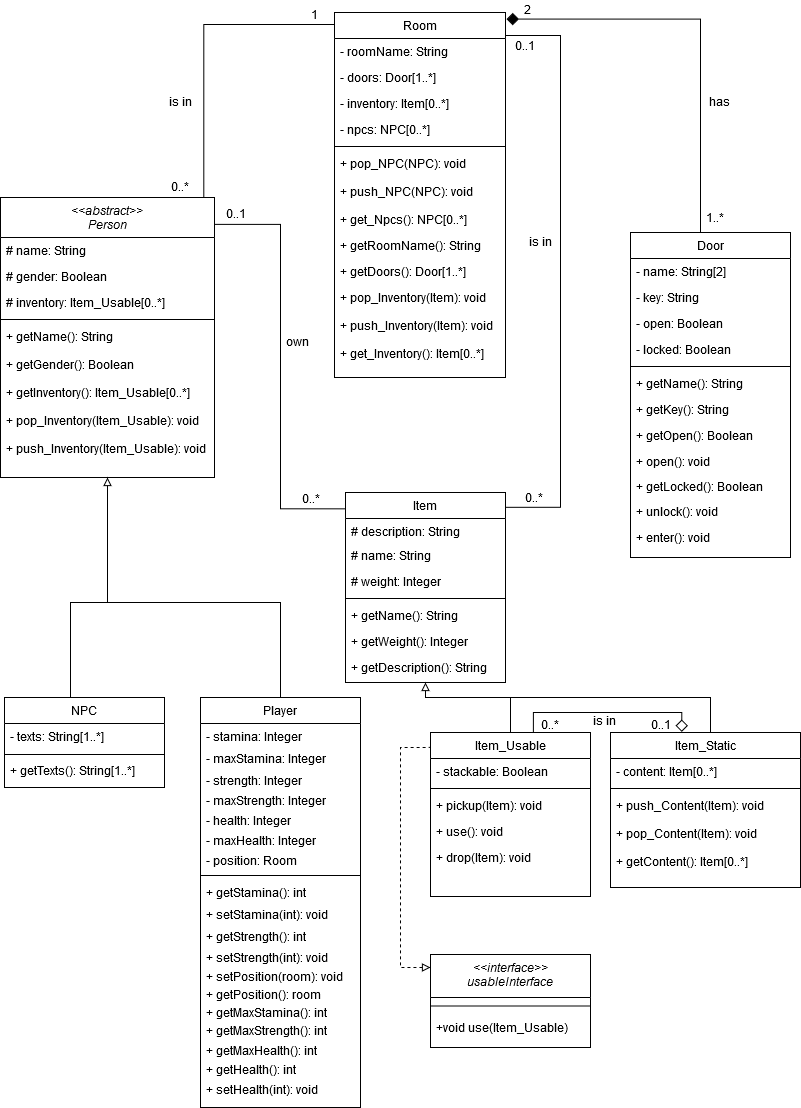
Before: Klassendiagram.png, a diagram exported from draw.io (Elegond/AE-Text-Adventure). Source tidied: cells renumbered, new cells last; positions are measured from the earlier drawing's top-left corner, leaving out a move shared by most shapes.
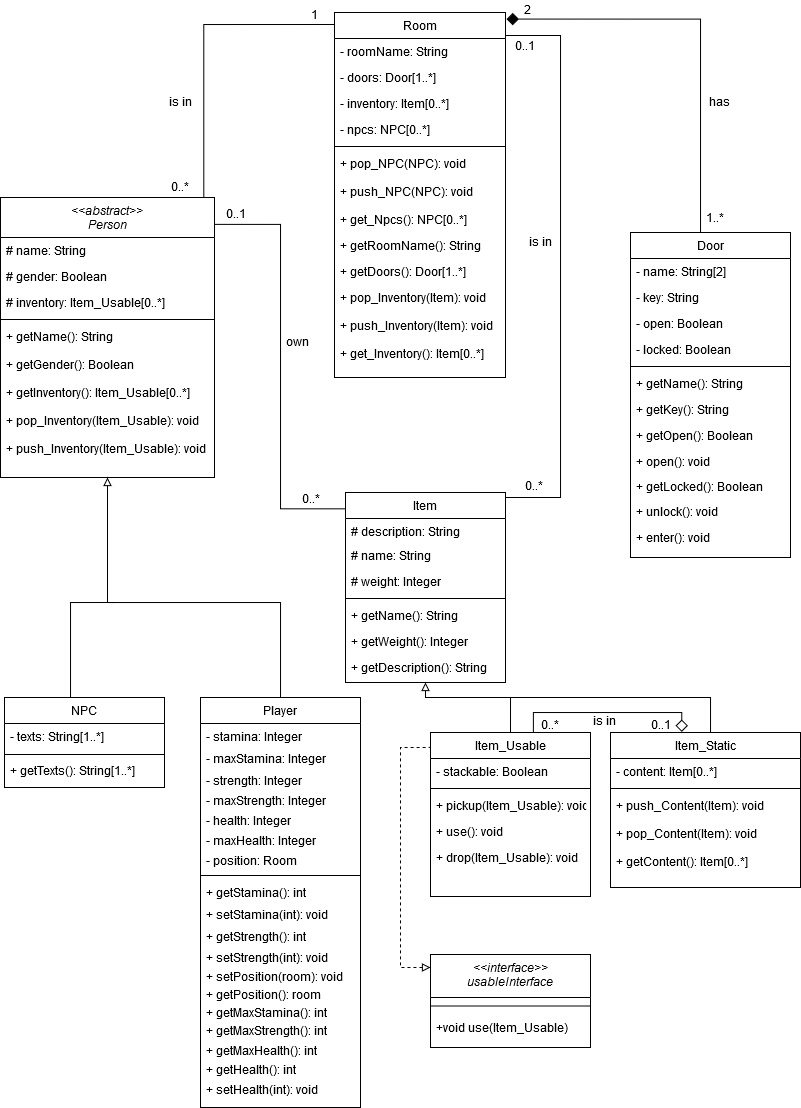
After the change.

Change to the diagram source:
```diff
@@ -123,11 +123,13 @@
         </Array>
       </mxGeometry>
     </mxCell>
-    <mxCell id="37" style="edgeStyle=orthogonalEdgeStyle;rounded=0;jettySize=auto;html=1;endArrow=none;endFill=0;exitX=1.002;exitY=0.078;exitDx=0;exitDy=0;exitPerimeter=0;" parent="1" edge="1" source="28">
+    <mxCell id="37" style="edgeStyle=orthogonalEdgeStyle;rounded=0;orthogonalLoop=1;jettySize=auto;html=1;endArrow=none;endFill=0;" parent="1" edge="1">
       <mxGeometry relative="1" as="geometry">
+        <mxPoint x="505" y="497" as="sourcePoint" />
         <mxPoint x="505" y="35" as="targetPoint" />
         <Array as="points">
-          <mxPoint x="560" y="507" />
+          <mxPoint x="505" y="497" />
+          <mxPoint x="560" y="497" />
           <mxPoint x="560" y="35" />
         </Array>
       </mxGeometry>
@@ -167,13 +169,13 @@
     <mxCell id="47" style="line;html=1;strokeWidth=1;align=left;verticalAlign=middle;spacingTop=-1;spacingLeft=3;spacingRight=3;labelPosition=right;" parent="45" vertex="1">
       <mxGeometry y="52" width="160" height="8" as="geometry" />
     </mxCell>
-    <mxCell id="48" value="+ pickup(Item): void" style="text;align=left;verticalAlign=top;spacingLeft=4;spacingRight=4;overflow=hidden;fontStyle=0;" parent="45" vertex="1">
+    <mxCell id="48" value="+ pickup(Item_Usable): void" style="text;align=left;verticalAlign=top;spacingLeft=4;spacingRight=4;overflow=hidden;fontStyle=0;" parent="45" vertex="1">
       <mxGeometry y="60" width="160" height="26" as="geometry" />
     </mxCell>
     <mxCell id="49" value="+ use(): void" style="text;align=left;verticalAlign=top;spacingLeft=4;spacingRight=4;overflow=hidden;" parent="45" vertex="1">
       <mxGeometry y="86" width="160" height="26" as="geometry" />
     </mxCell>
-    <mxCell id="50" value="+ drop(Item): void" style="text;align=left;verticalAlign=top;spacingLeft=4;spacingRight=4;overflow=hidden;" parent="45" vertex="1">
+    <mxCell id="50" value="+ drop(Item_Usable): void" style="text;align=left;verticalAlign=top;spacingLeft=4;spacingRight=4;overflow=hidden;" parent="45" vertex="1">
       <mxGeometry y="112" width="160" height="26" as="geometry" />
     </mxCell>
     <mxCell id="51" style="edgeStyle=orthogonalEdgeStyle;rounded=0;jettySize=auto;html=1;endArrow=diamond;endFill=1;entryX=1.006;entryY=0.018;entryDx=0;entryDy=0;entryPerimeter=0;startArrow=none;startFill=0;startSize=10;endSize=10;" parent="1" edge="1" source="52" target="13">
@@ -250,7 +252,7 @@
       <mxGeometry x="160" y="92" width="40" height="17" as="geometry" />
     </mxCell>
     <mxCell id="74" value="0..*" style="text;html=1;strokeColor=none;fillColor=none;align=center;verticalAlign=middle;whiteSpace=wrap;rounded=0;" parent="1" vertex="1">
-      <mxGeometry x="514" y="489" width="40" height="15" as="geometry" />
+      <mxGeometry x="514" y="477" width="40" height="15" as="geometry" />
     </mxCell>
     <mxCell id="75" style="edgeStyle=orthogonalEdgeStyle;rounded=0;jettySize=auto;html=1;endArrow=block;endFill=0;entryX=0.5;entryY=1;entryDx=0;entryDy=0;" parent="1" edge="1" source="89" target="3">
       <mxGeometry relative="1" as="geometry">
```
